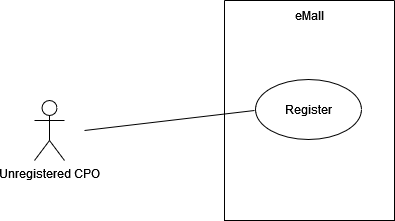
Earlier version of the draw.io export RASD/src/use_case_diagram/cpo_registration.png (gio-del/eMall). Source tidied: cells renumbered, new cells last; positions are measured from the earlier drawing's top-left corner, leaving out a move shared by most shapes. Source of this version:
```xml
<mxGraphModel>
  <root>
    <mxCell id="0" />
    <mxCell id="1" parent="0" />
    <mxCell id="2" value="Unregistered CPO" style="shape=umlActor;verticalLabelPosition=bottom;verticalAlign=top;html=1;" parent="1" vertex="1">
      <mxGeometry y="100" width="30" height="60" as="geometry" />
    </mxCell>
    <mxCell id="3" style="swimlane;startSize=0;" parent="1" vertex="1">
      <mxGeometry x="190" width="170" height="220" as="geometry" />
    </mxCell>
    <mxCell id="4" value="Register" style="ellipse;whiteSpace=wrap;html=1;" parent="3" vertex="1">
      <mxGeometry x="31" y="79" width="106" height="60" as="geometry" />
    </mxCell>
    <mxCell id="5" value="eMall" style="text;html=1;align=center;verticalAlign=middle;strokeColor=none;fillColor=none;" parent="3" vertex="1">
      <mxGeometry x="60" width="50" height="30" as="geometry" />
    </mxCell>
    <mxCell id="6" style="endArrow=none;html=1;rounded=0;" parent="1" edge="1">
      <mxGeometry relative="1" as="geometry">
        <mxPoint x="50" y="130" as="sourcePoint" />
        <mxPoint x="220" y="110" as="targetPoint" />
      </mxGeometry>
    </mxCell>
  </root>
</mxGraphModel>
```
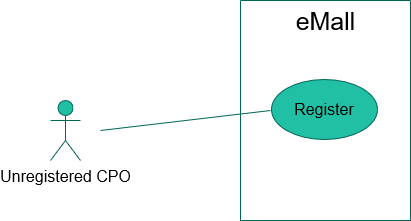
The same diagram one commit later.

Diff of the diagram source:
```diff
@@ -2,19 +2,19 @@
   <root>
     <mxCell id="0" />
     <mxCell id="1" parent="0" />
-    <mxCell id="2" value="Unregistered CPO" style="shape=umlActor;verticalLabelPosition=bottom;verticalAlign=top;html=1;" parent="1" vertex="1">
+    <mxCell id="2" value="Unregistered CPO" style="shape=umlActor;verticalLabelPosition=bottom;verticalAlign=top;html=1;rounded=1;fontSize=16;labelBackgroundColor=none;fillColor=#21C0A5;strokeColor=#006658;fontColor=#000000;" parent="1" vertex="1">
       <mxGeometry y="100" width="30" height="60" as="geometry" />
     </mxCell>
-    <mxCell id="3" style="swimlane;startSize=0;" parent="1" vertex="1">
+    <mxCell id="3" style="swimlane;startSize=0;rounded=1;fontSize=16;labelBackgroundColor=none;fillColor=#21C0A5;strokeColor=#006658;fontColor=#000000;" parent="1" vertex="1">
       <mxGeometry x="190" width="170" height="220" as="geometry" />
     </mxCell>
-    <mxCell id="4" value="Register" style="ellipse;whiteSpace=wrap;html=1;" parent="3" vertex="1">
+    <mxCell id="4" value="Register" style="ellipse;whiteSpace=wrap;html=1;rounded=1;fontSize=16;labelBackgroundColor=none;fillColor=#21C0A5;strokeColor=#006658;fontColor=#000000;" parent="3" vertex="1">
       <mxGeometry x="31" y="79" width="106" height="60" as="geometry" />
     </mxCell>
-    <mxCell id="5" value="eMall" style="text;html=1;align=center;verticalAlign=middle;strokeColor=none;fillColor=none;" parent="3" vertex="1">
-      <mxGeometry x="60" width="50" height="30" as="geometry" />
+    <mxCell id="5" value="eMall" style="text;html=1;align=center;verticalAlign=middle;strokeColor=none;fillColor=none;rounded=1;fontSize=25;labelBackgroundColor=none;fontColor=#000000;" parent="3" vertex="1">
+      <mxGeometry x="45" width="80" height="40" as="geometry" />
     </mxCell>
-    <mxCell id="6" style="endArrow=none;html=1;rounded=0;" parent="1" edge="1">
+    <mxCell id="6" style="endArrow=none;html=1;rounded=1;fontSize=16;labelBackgroundColor=none;strokeColor=#006658;fontColor=#000000;" parent="1" edge="1">
       <mxGeometry relative="1" as="geometry">
         <mxPoint x="50" y="130" as="sourcePoint" />
         <mxPoint x="220" y="110" as="targetPoint" />
```
